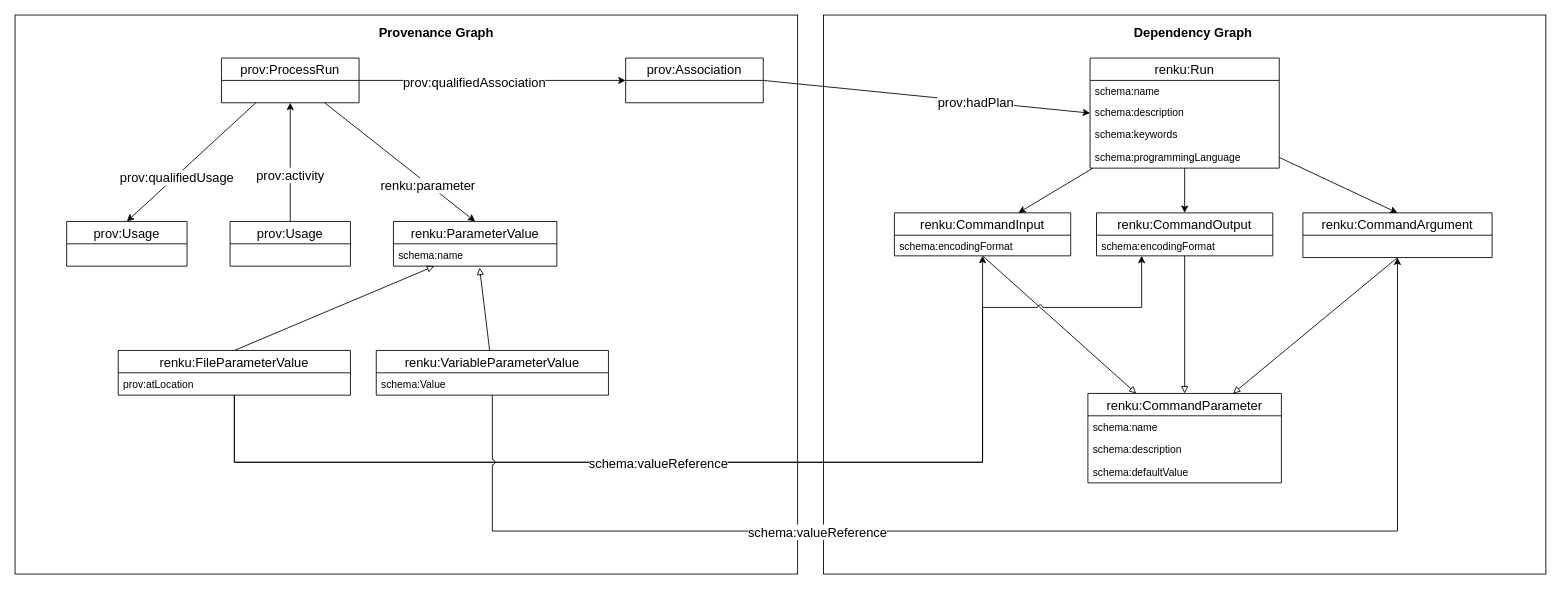
Above: design/001-new-workflow-commands/run-metadata.drawio in SwissDataScienceCenter/renku-python (draw.io), before the change. Source tidied: cells renumbered, new cells numbered last; positions are measured from the earlier drawing's top-left corner, leaving out a move shared by most shapes. Both pictures are drawn from the tidied source at 86%, with x=0, y=0 at pixel (15, 15).
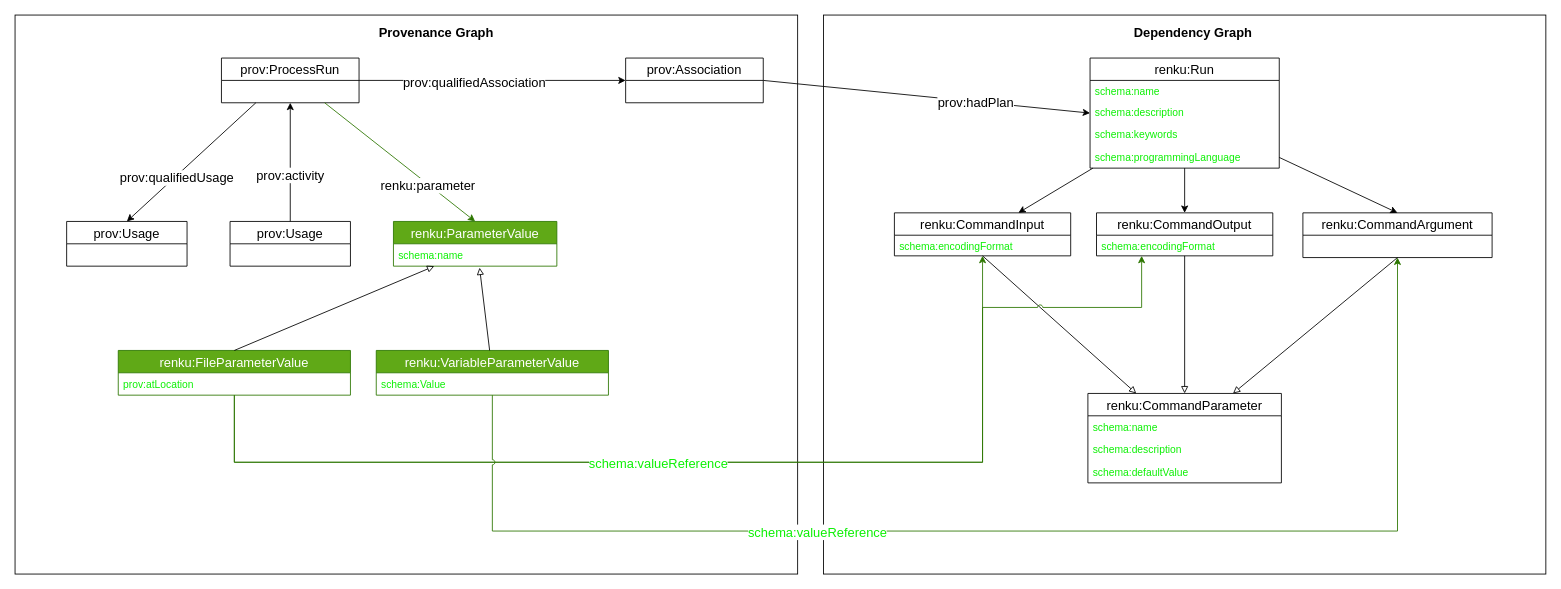
The same diagram, later.

Unchanged cells that the change refers to:
```xml
<mxCell id="4" value="prov:ProcessRun" style="swimlane;fontStyle=0;horizontal=1;startSize=26;fillColor=none;fontSize=15;" parent="1" vertex="1">
  <mxGeometry x="240" y="50" width="160" height="52" as="geometry" />
</mxCell>
<mxCell id="24" value="renku:Run" style="swimlane;fontStyle=0;horizontal=1;startSize=26;fillColor=none;fontSize=15;" parent="1" vertex="1">
  <mxGeometry x="1250" y="50" width="220" height="128" as="geometry" />
</mxCell>
<mxCell id="36" value="renku:CommandInput" style="swimlane;fontStyle=0;horizontal=1;startSize=26;fillColor=none;fontSize=15;" parent="1" vertex="1">
  <mxGeometry x="1022.5" y="230" width="205" height="50" as="geometry" />
</mxCell>
<mxCell id="38" value="renku:CommandOutput" style="swimlane;fontStyle=0;horizontal=1;startSize=26;fillColor=none;fontSize=15;" parent="1" vertex="1">
  <mxGeometry x="1257.5" y="230" width="205" height="50" as="geometry" />
</mxCell>
<mxCell id="40" value="renku:CommandArgument" style="swimlane;fontStyle=0;horizontal=1;startSize=26;fillColor=none;fontSize=15;" parent="1" vertex="1">
  <mxGeometry x="1497.5" y="230" width="220" height="52" as="geometry" />
</mxCell>
<mxCell id="41" value="renku:CommandParameter" style="swimlane;fontStyle=0;horizontal=1;startSize=26;fillColor=none;fontSize=15;" parent="1" vertex="1">
  <mxGeometry x="1247.5" y="440" width="225" height="104" as="geometry" />
</mxCell>
```

Diff of the diagram source:
```diff
@@
-    <mxCell id="7" value="renku:ParameterValue" style="swimlane;fontStyle=0;horizontal=1;startSize=26;fillColor=none;fontSize=15;" parent="1" vertex="1">
+    <mxCell id="7" value="renku:ParameterValue" style="swimlane;fontStyle=0;horizontal=1;startSize=26;fillColor=#60a917;fontSize=15;strokeColor=#2D7600;fontColor=#ffffff;" parent="1" vertex="1">
       <mxGeometry x="440" y="240" width="190" height="52" as="geometry" />
     </mxCell>
@@
-    <mxCell id="12" style="endArrow=classic;html=1;fontSize=15;exitX=0.75;exitY=1;exitDx=0;exitDy=0;entryX=0.5;entryY=0;entryDx=0;entryDy=0;" parent="1" edge="1" source="4" target="7">
+    <mxCell id="12" style="endArrow=classic;html=1;fontSize=15;exitX=0.75;exitY=1;exitDx=0;exitDy=0;entryX=0.5;entryY=0;entryDx=0;entryDy=0;fillColor=#60a917;strokeColor=#2D7600;" parent="1" edge="1" source="4" target="7">
       <mxGeometry relative="1" as="geometry" />
     </mxCell>
@@
-    <mxCell id="14" value="renku:FileParameterValue" style="swimlane;fontStyle=0;horizontal=1;startSize=26;fillColor=none;fontSize=15;" parent="1" vertex="1">
+    <mxCell id="14" value="renku:FileParameterValue" style="swimlane;fontStyle=0;horizontal=1;startSize=26;fillColor=#60a917;fontSize=15;strokeColor=#2D7600;fontColor=#ffffff;" parent="1" vertex="1">
       <mxGeometry x="120" y="390" width="270" height="52" as="geometry" />
     </mxCell>
-    <mxCell id="15" value="prov:atLocation" style="text;strokeColor=none;fillColor=none;align=left;verticalAlign=top;spacingLeft=4;spacingRight=4;overflow=hidden;" parent="14" vertex="1">
+    <mxCell id="15" value="prov:atLocation" style="text;strokeColor=none;fillColor=none;align=left;verticalAlign=top;spacingLeft=4;spacingRight=4;overflow=hidden;fontColor=#0DF005;" parent="14" vertex="1">
       <mxGeometry y="26" width="270" height="26" as="geometry" />
     </mxCell>
-    <mxCell id="16" value="schema:name" style="text;strokeColor=none;fillColor=none;align=left;verticalAlign=top;spacingLeft=4;spacingRight=4;overflow=hidden;points=[[0,0.5],[1,0.5]];portConstraint=eastwest;" parent="1" vertex="1">
+    <mxCell id="16" value="schema:name" style="text;strokeColor=none;fillColor=none;align=left;verticalAlign=top;spacingLeft=4;spacingRight=4;overflow=hidden;points=[[0,0.5],[1,0.5]];portConstraint=eastwest;fontColor=#0DF005;" parent="1" vertex="1">
       <mxGeometry x="440" y="266" width="190" height="26" as="geometry" />
     </mxCell>
-    <mxCell id="17" value="renku:VariableParameterValue" style="swimlane;fontStyle=0;horizontal=1;startSize=26;fillColor=none;fontSize=15;" parent="1" vertex="1">
+    <mxCell id="17" value="renku:VariableParameterValue" style="swimlane;fontStyle=0;horizontal=1;startSize=26;fillColor=#60a917;fontSize=15;strokeColor=#2D7600;fontColor=#ffffff;" parent="1" vertex="1">
       <mxGeometry x="420" y="390" width="270" height="52" as="geometry" />
     </mxCell>
-    <mxCell id="18" value="schema:Value" style="text;strokeColor=none;fillColor=none;align=left;verticalAlign=top;spacingLeft=4;spacingRight=4;overflow=hidden;" parent="17" vertex="1">
+    <mxCell id="18" value="schema:Value" style="text;strokeColor=none;fillColor=none;align=left;verticalAlign=top;spacingLeft=4;spacingRight=4;overflow=hidden;fontColor=#0DF005;" parent="17" vertex="1">
       <mxGeometry y="26" width="270" height="26" as="geometry" />
     </mxCell>
@@
-    <mxCell id="25" value="schema:name" style="text;strokeColor=none;fillColor=none;align=left;verticalAlign=top;spacingLeft=4;spacingRight=4;overflow=hidden;" parent="24" vertex="1">
+    <mxCell id="25" value="schema:name" style="text;strokeColor=none;fillColor=none;align=left;verticalAlign=top;spacingLeft=4;spacingRight=4;overflow=hidden;fontColor=#0DF005;" parent="24" vertex="1">
       <mxGeometry y="26" width="220" height="24" as="geometry" />
     </mxCell>
-    <mxCell id="26" value="schema:description" style="text;strokeColor=none;fillColor=none;align=left;verticalAlign=top;spacingLeft=4;spacingRight=4;overflow=hidden;" parent="24" vertex="1">
+    <mxCell id="26" value="schema:description" style="text;strokeColor=none;fillColor=none;align=left;verticalAlign=top;spacingLeft=4;spacingRight=4;overflow=hidden;fontColor=#0DF005;" parent="24" vertex="1">
       <mxGeometry y="50" width="220" height="26" as="geometry" />
     </mxCell>
-    <mxCell id="27" value="schema:keywords" style="text;strokeColor=none;fillColor=none;align=left;verticalAlign=top;spacingLeft=4;spacingRight=4;overflow=hidden;" parent="24" vertex="1">
+    <mxCell id="27" value="schema:keywords" style="text;strokeColor=none;fillColor=none;align=left;verticalAlign=top;spacingLeft=4;spacingRight=4;overflow=hidden;fontColor=#0DF005;" parent="24" vertex="1">
       <mxGeometry y="76" width="220" height="26" as="geometry" />
     </mxCell>
-    <mxCell id="28" value="schema:programmingLanguage" style="text;strokeColor=none;fillColor=none;align=left;verticalAlign=top;spacingLeft=4;spacingRight=4;overflow=hidden;" parent="24" vertex="1">
+    <mxCell id="28" value="schema:programmingLanguage" style="text;strokeColor=none;fillColor=none;align=left;verticalAlign=top;spacingLeft=4;spacingRight=4;overflow=hidden;fontColor=#0DF005;" parent="24" vertex="1">
       <mxGeometry y="102" width="220" height="26" as="geometry" />
     </mxCell>
@@
-    <mxCell id="37" value="schema:encodingFormat" style="text;strokeColor=none;fillColor=none;align=left;verticalAlign=top;spacingLeft=4;spacingRight=4;overflow=hidden;points=[[0,0.5],[1,0.5]];portConstraint=eastwest;" parent="36" vertex="1">
+    <mxCell id="37" value="schema:encodingFormat" style="text;strokeColor=none;fillColor=none;align=left;verticalAlign=top;spacingLeft=4;spacingRight=4;overflow=hidden;points=[[0,0.5],[1,0.5]];portConstraint=eastwest;fontColor=#0DF005;" parent="36" vertex="1">
       <mxGeometry y="26" width="205" height="24" as="geometry" />
     </mxCell>
@@
-    <mxCell id="39" value="schema:encodingFormat" style="text;strokeColor=none;fillColor=none;align=left;verticalAlign=top;spacingLeft=4;spacingRight=4;overflow=hidden;points=[[0,0.5],[1,0.5]];portConstraint=eastwest;" parent="38" vertex="1">
+    <mxCell id="39" value="schema:encodingFormat" style="text;strokeColor=none;fillColor=none;align=left;verticalAlign=top;spacingLeft=4;spacingRight=4;overflow=hidden;points=[[0,0.5],[1,0.5]];portConstraint=eastwest;fontColor=#0DF005;" parent="38" vertex="1">
       <mxGeometry y="26" width="205" height="24" as="geometry" />
     </mxCell>
@@
-    <mxCell id="42" value="schema:name" style="text;strokeColor=none;fillColor=none;align=left;verticalAlign=top;spacingLeft=4;spacingRight=4;overflow=hidden;" parent="41" vertex="1">
+    <mxCell id="42" value="schema:name" style="text;strokeColor=none;fillColor=none;align=left;verticalAlign=top;spacingLeft=4;spacingRight=4;overflow=hidden;fontColor=#0DF005;" parent="41" vertex="1">
       <mxGeometry y="26" width="225" height="26" as="geometry" />
     </mxCell>
-    <mxCell id="43" value="schema:description" style="text;strokeColor=none;fillColor=none;align=left;verticalAlign=top;spacingLeft=4;spacingRight=4;overflow=hidden;" parent="41" vertex="1">
+    <mxCell id="43" value="schema:description" style="text;strokeColor=none;fillColor=none;align=left;verticalAlign=top;spacingLeft=4;spacingRight=4;overflow=hidden;fontColor=#0DF005;" parent="41" vertex="1">
       <mxGeometry y="52" width="225" height="26" as="geometry" />
     </mxCell>
-    <mxCell id="44" value="schema:defaultValue" style="text;strokeColor=none;fillColor=none;align=left;verticalAlign=top;spacingLeft=4;spacingRight=4;overflow=hidden;" parent="41" vertex="1">
+    <mxCell id="44" value="schema:defaultValue" style="text;strokeColor=none;fillColor=none;align=left;verticalAlign=top;spacingLeft=4;spacingRight=4;overflow=hidden;fontColor=#0DF005;" parent="41" vertex="1">
       <mxGeometry y="78" width="225" height="26" as="geometry" />
     </mxCell>
@@
-    <mxCell id="48" style="edgeStyle=orthogonalEdgeStyle;rounded=0;jettySize=auto;html=1;endArrow=classic;endFill=1;fontSize=15;" parent="1" edge="1" source="14" target="37">
+    <mxCell id="48" style="edgeStyle=orthogonalEdgeStyle;rounded=0;jettySize=auto;html=1;endArrow=classic;endFill=1;fontSize=15;fillColor=#60a917;strokeColor=#2D7600;" parent="1" edge="1" source="14" target="37">
       <mxGeometry relative="1" as="geometry">
         <Array as="points">
           <mxPoint x="255" y="520" />
           <mxPoint x="1125" y="520" />
         </Array>
       </mxGeometry>
     </mxCell>
-    <mxCell id="49" style="edgeStyle=orthogonalEdgeStyle;rounded=0;jettySize=auto;html=1;endArrow=classic;endFill=1;fontSize=15;entryX=0.256;entryY=1;entryDx=0;entryDy=0;entryPerimeter=0;jumpStyle=arc;" parent="1" edge="1" source="14" target="39">
+    <mxCell id="49" style="edgeStyle=orthogonalEdgeStyle;rounded=0;jettySize=auto;html=1;endArrow=classic;endFill=1;fontSize=15;entryX=0.256;entryY=1;entryDx=0;entryDy=0;entryPerimeter=0;jumpStyle=arc;fillColor=#60a917;strokeColor=#2D7600;" parent="1" edge="1" source="14" target="39">
       <mxGeometry relative="1" as="geometry">
         <Array as="points">
           <mxPoint x="255" y="520" />
           <mxPoint x="1125" y="520" />
           <mxPoint x="1125" y="340" />
           <mxPoint x="1310" y="340" />
         </Array>
       </mxGeometry>
     </mxCell>
-    <mxCell id="50" value="schema:valueReference" style="edgeLabel;html=1;align=center;verticalAlign=middle;fontSize=15;" parent="49" vertex="1">
+    <mxCell id="50" value="schema:valueReference" style="edgeLabel;html=1;align=center;verticalAlign=middle;fontSize=15;fontColor=#0DF005;" parent="49" vertex="1">
       <mxGeometry x="-0.17" relative="1" as="geometry" />
     </mxCell>
-    <mxCell id="51" style="edgeStyle=orthogonalEdgeStyle;rounded=0;jettySize=auto;html=1;entryX=0.5;entryY=1;entryDx=0;entryDy=0;endArrow=classic;endFill=1;fontSize=15;jumpStyle=arc;" parent="1" edge="1" source="17" target="40">
+    <mxCell id="51" style="edgeStyle=orthogonalEdgeStyle;rounded=0;jettySize=auto;html=1;entryX=0.5;entryY=1;entryDx=0;entryDy=0;endArrow=classic;endFill=1;fontSize=15;jumpStyle=arc;fillColor=#60a917;strokeColor=#2D7600;" parent="1" edge="1" source="17" target="40">
       <mxGeometry relative="1" as="geometry">
         <Array as="points">
           <mxPoint x="555" y="600" />
           <mxPoint x="1608" y="600" />
         </Array>
       </mxGeometry>
     </mxCell>
-    <mxCell id="52" value="schema:valueReference" style="edgeLabel;html=1;align=center;verticalAlign=middle;fontSize=15;" parent="51" vertex="1">
+    <mxCell id="52" value="schema:valueReference" style="edgeLabel;html=1;align=center;verticalAlign=middle;fontSize=15;fontColor=#0DF005;" parent="51" vertex="1">
       <mxGeometry x="-0.3" relative="1" as="geometry" />
     </mxCell>
```
